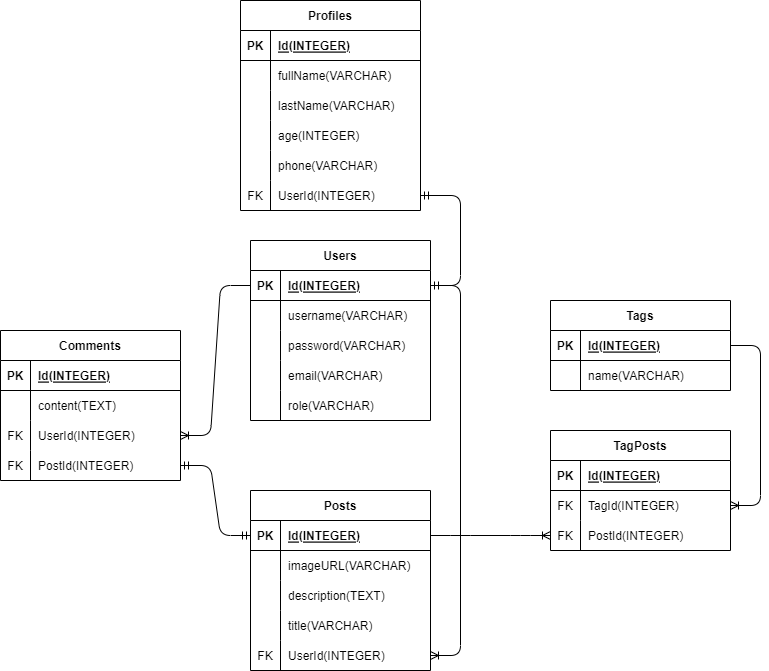
Above: ERD/schema.drawio.png in Sarido24/Pair_Project1 (draw.io), before the change. Source tidied: cells renumbered, new cells last; positions are measured from the earlier drawing's top-left corner, leaving out a move shared by most shapes. Its diagram source:
```xml
<mxGraphModel>
  <root>
    <mxCell id="0" />
    <mxCell id="1" parent="0" />
    <mxCell id="2" value="Users" style="shape=table;startSize=30;rowLines=0;fontStyle=1;align=center;" parent="1" vertex="1">
      <mxGeometry x="250" y="240" width="180" height="180" as="geometry" />
    </mxCell>
    <mxCell id="3" style="shape=tableRow;horizontal=0;startSize=0;swimlaneHead=0;swimlaneBody=0;fillColor=none;points=[[0,0.5],[1,0.5]];portConstraint=eastwest;top=0;left=0;right=0;bottom=1;" parent="2" vertex="1">
      <mxGeometry y="30" width="180" height="30" as="geometry" />
    </mxCell>
    <mxCell id="4" value="PK" style="shape=partialRectangle;fillColor=none;top=0;left=0;bottom=0;right=0;fontStyle=1;overflow=hidden;" parent="3" vertex="1">
      <mxGeometry width="30" height="30" as="geometry" />
    </mxCell>
    <mxCell id="5" value="Id(INTEGER)" style="shape=partialRectangle;fillColor=none;top=0;left=0;bottom=0;right=0;align=left;spacingLeft=6;fontStyle=5;overflow=hidden;" parent="3" vertex="1">
      <mxGeometry x="30" width="150" height="30" as="geometry" />
    </mxCell>
    <mxCell id="6" style="shape=tableRow;horizontal=0;startSize=0;swimlaneHead=0;swimlaneBody=0;fillColor=none;top=0;left=0;right=0;bottom=0;" parent="2" vertex="1">
      <mxGeometry y="60" width="180" height="30" as="geometry" />
    </mxCell>
    <mxCell id="7" style="shape=partialRectangle;fillColor=none;top=0;left=0;bottom=0;right=0;overflow=hidden;" parent="6" vertex="1">
      <mxGeometry width="30" height="30" as="geometry" />
    </mxCell>
    <mxCell id="8" value="username(VARCHAR)" style="shape=partialRectangle;fillColor=none;top=0;left=0;bottom=0;right=0;align=left;spacingLeft=6;overflow=hidden;" parent="6" vertex="1">
      <mxGeometry x="30" width="150" height="30" as="geometry" />
    </mxCell>
    <mxCell id="9" style="shape=tableRow;horizontal=0;startSize=0;swimlaneHead=0;swimlaneBody=0;fillColor=none;top=0;left=0;right=0;bottom=0;" parent="2" vertex="1">
      <mxGeometry y="90" width="180" height="30" as="geometry" />
    </mxCell>
    <mxCell id="10" style="shape=partialRectangle;fillColor=none;top=0;left=0;bottom=0;right=0;overflow=hidden;" parent="9" vertex="1">
      <mxGeometry width="30" height="30" as="geometry" />
    </mxCell>
    <mxCell id="11" value="password(VARCHAR)" style="shape=partialRectangle;fillColor=none;top=0;left=0;bottom=0;right=0;align=left;spacingLeft=6;overflow=hidden;" parent="9" vertex="1">
      <mxGeometry x="30" width="150" height="30" as="geometry" />
    </mxCell>
    <mxCell id="12" style="shape=tableRow;horizontal=0;startSize=0;swimlaneHead=0;swimlaneBody=0;fillColor=none;top=0;left=0;right=0;bottom=0;" parent="2" vertex="1">
      <mxGeometry y="120" width="180" height="30" as="geometry" />
    </mxCell>
    <mxCell id="13" style="shape=partialRectangle;fillColor=none;top=0;left=0;bottom=0;right=0;overflow=hidden;" parent="12" vertex="1">
      <mxGeometry width="30" height="30" as="geometry" />
    </mxCell>
    <mxCell id="14" value="email(VARCHAR)" style="shape=partialRectangle;fillColor=none;top=0;left=0;bottom=0;right=0;align=left;spacingLeft=6;overflow=hidden;" parent="12" vertex="1">
      <mxGeometry x="30" width="150" height="30" as="geometry" />
    </mxCell>
    <mxCell id="15" style="shape=tableRow;horizontal=0;startSize=0;swimlaneHead=0;swimlaneBody=0;fillColor=none;top=0;left=0;right=0;bottom=0;" parent="2" vertex="1">
      <mxGeometry y="150" width="180" height="30" as="geometry" />
    </mxCell>
    <mxCell id="16" style="shape=partialRectangle;fillColor=none;top=0;left=0;bottom=0;right=0;overflow=hidden;" parent="15" vertex="1">
      <mxGeometry width="30" height="30" as="geometry" />
    </mxCell>
    <mxCell id="17" value="role(VARCHAR)" style="shape=partialRectangle;fillColor=none;top=0;left=0;bottom=0;right=0;align=left;spacingLeft=6;overflow=hidden;" parent="15" vertex="1">
      <mxGeometry x="30" width="150" height="30" as="geometry" />
    </mxCell>
    <mxCell id="18" value="Profiles" style="shape=table;startSize=30;rowLines=0;fontStyle=1;align=center;" parent="1" vertex="1">
      <mxGeometry x="240" width="180" height="210" as="geometry" />
    </mxCell>
    <mxCell id="19" style="shape=tableRow;horizontal=0;startSize=0;swimlaneHead=0;swimlaneBody=0;fillColor=none;top=0;left=0;right=0;bottom=1;" parent="18" vertex="1">
      <mxGeometry y="30" width="180" height="30" as="geometry" />
    </mxCell>
    <mxCell id="20" value="PK" style="shape=partialRectangle;fillColor=none;top=0;left=0;bottom=0;right=0;fontStyle=1;overflow=hidden;" parent="19" vertex="1">
      <mxGeometry width="30" height="30" as="geometry" />
    </mxCell>
    <mxCell id="21" value="Id(INTEGER)" style="shape=partialRectangle;fillColor=none;top=0;left=0;bottom=0;right=0;align=left;spacingLeft=6;fontStyle=5;overflow=hidden;" parent="19" vertex="1">
      <mxGeometry x="30" width="150" height="30" as="geometry" />
    </mxCell>
    <mxCell id="22" style="shape=tableRow;horizontal=0;startSize=0;swimlaneHead=0;swimlaneBody=0;fillColor=none;top=0;left=0;right=0;bottom=0;" parent="18" vertex="1">
      <mxGeometry y="60" width="180" height="30" as="geometry" />
    </mxCell>
    <mxCell id="23" style="shape=partialRectangle;fillColor=none;top=0;left=0;bottom=0;right=0;overflow=hidden;" parent="22" vertex="1">
      <mxGeometry width="30" height="30" as="geometry" />
    </mxCell>
    <mxCell id="24" value="fullName(VARCHAR)" style="shape=partialRectangle;fillColor=none;top=0;left=0;bottom=0;right=0;align=left;spacingLeft=6;overflow=hidden;" parent="22" vertex="1">
      <mxGeometry x="30" width="150" height="30" as="geometry" />
    </mxCell>
    <mxCell id="25" style="shape=tableRow;horizontal=0;startSize=0;swimlaneHead=0;swimlaneBody=0;fillColor=none;top=0;left=0;right=0;bottom=0;" parent="18" vertex="1">
      <mxGeometry y="90" width="180" height="30" as="geometry" />
    </mxCell>
    <mxCell id="26" style="shape=partialRectangle;fillColor=none;top=0;left=0;bottom=0;right=0;overflow=hidden;" parent="25" vertex="1">
      <mxGeometry width="30" height="30" as="geometry" />
    </mxCell>
    <mxCell id="27" value="lastName(VARCHAR)" style="shape=partialRectangle;fillColor=none;top=0;left=0;bottom=0;right=0;align=left;spacingLeft=6;overflow=hidden;" parent="25" vertex="1">
      <mxGeometry x="30" width="150" height="30" as="geometry" />
    </mxCell>
    <mxCell id="28" style="shape=tableRow;horizontal=0;startSize=0;swimlaneHead=0;swimlaneBody=0;fillColor=none;top=0;left=0;right=0;bottom=0;" parent="18" vertex="1">
      <mxGeometry y="120" width="180" height="30" as="geometry" />
    </mxCell>
    <mxCell id="29" style="shape=partialRectangle;fillColor=none;top=0;left=0;bottom=0;right=0;overflow=hidden;" parent="28" vertex="1">
      <mxGeometry width="30" height="30" as="geometry" />
    </mxCell>
    <mxCell id="30" value="age(INTEGER)" style="shape=partialRectangle;fillColor=none;top=0;left=0;bottom=0;right=0;align=left;spacingLeft=6;overflow=hidden;" parent="28" vertex="1">
      <mxGeometry x="30" width="150" height="30" as="geometry" />
    </mxCell>
    <mxCell id="31" style="shape=tableRow;horizontal=0;startSize=0;swimlaneHead=0;swimlaneBody=0;fillColor=none;top=0;left=0;right=0;bottom=0;" parent="18" vertex="1">
      <mxGeometry y="150" width="180" height="30" as="geometry" />
    </mxCell>
    <mxCell id="32" style="shape=partialRectangle;fillColor=none;top=0;left=0;bottom=0;right=0;overflow=hidden;" parent="31" vertex="1">
      <mxGeometry width="30" height="30" as="geometry" />
    </mxCell>
    <mxCell id="33" value="phone(VARCHAR)" style="shape=partialRectangle;fillColor=none;top=0;left=0;bottom=0;right=0;align=left;spacingLeft=6;overflow=hidden;" parent="31" vertex="1">
      <mxGeometry x="30" width="150" height="30" as="geometry" />
    </mxCell>
    <mxCell id="34" style="shape=tableRow;horizontal=0;startSize=0;swimlaneHead=0;swimlaneBody=0;fillColor=none;points=[[0,0.5],[1,0.5]];portConstraint=eastwest;top=0;left=0;right=0;bottom=0;" parent="18" vertex="1">
      <mxGeometry y="180" width="180" height="30" as="geometry" />
    </mxCell>
    <mxCell id="35" value="FK" style="shape=partialRectangle;fillColor=none;top=0;left=0;bottom=0;right=0;overflow=hidden;" parent="34" vertex="1">
      <mxGeometry width="30" height="30" as="geometry" />
    </mxCell>
    <mxCell id="36" value="UserId(INTEGER)" style="shape=partialRectangle;fillColor=none;top=0;left=0;bottom=0;right=0;align=left;spacingLeft=6;overflow=hidden;" parent="34" vertex="1">
      <mxGeometry x="30" width="150" height="30" as="geometry" />
    </mxCell>
    <mxCell id="37" value="Posts" style="shape=table;startSize=30;rowLines=0;fontStyle=1;align=center;" parent="1" vertex="1">
      <mxGeometry x="250" y="490" width="180" height="180" as="geometry" />
    </mxCell>
    <mxCell id="38" style="shape=tableRow;horizontal=0;startSize=0;swimlaneHead=0;swimlaneBody=0;fillColor=none;points=[[0,0.5],[1,0.5]];portConstraint=eastwest;top=0;left=0;right=0;bottom=1;" parent="37" vertex="1">
      <mxGeometry y="30" width="180" height="30" as="geometry" />
    </mxCell>
    <mxCell id="39" value="PK" style="shape=partialRectangle;fillColor=none;top=0;left=0;bottom=0;right=0;fontStyle=1;overflow=hidden;" parent="38" vertex="1">
      <mxGeometry width="30" height="30" as="geometry" />
    </mxCell>
    <mxCell id="40" value="Id(INTEGER)" style="shape=partialRectangle;fillColor=none;top=0;left=0;bottom=0;right=0;align=left;spacingLeft=6;fontStyle=5;overflow=hidden;" parent="38" vertex="1">
      <mxGeometry x="30" width="150" height="30" as="geometry" />
    </mxCell>
    <mxCell id="41" style="shape=tableRow;horizontal=0;startSize=0;swimlaneHead=0;swimlaneBody=0;fillColor=none;top=0;left=0;right=0;bottom=0;" parent="37" vertex="1">
      <mxGeometry y="60" width="180" height="30" as="geometry" />
    </mxCell>
    <mxCell id="42" style="shape=partialRectangle;fillColor=none;top=0;left=0;bottom=0;right=0;overflow=hidden;" parent="41" vertex="1">
      <mxGeometry width="30" height="30" as="geometry" />
    </mxCell>
    <mxCell id="43" value="imageURL(VARCHAR)" style="shape=partialRectangle;fillColor=none;top=0;left=0;bottom=0;right=0;align=left;spacingLeft=6;overflow=hidden;" parent="41" vertex="1">
      <mxGeometry x="30" width="150" height="30" as="geometry" />
    </mxCell>
    <mxCell id="44" style="shape=tableRow;horizontal=0;startSize=0;swimlaneHead=0;swimlaneBody=0;fillColor=none;top=0;left=0;right=0;bottom=0;" parent="37" vertex="1">
      <mxGeometry y="90" width="180" height="30" as="geometry" />
    </mxCell>
    <mxCell id="45" style="shape=partialRectangle;fillColor=none;top=0;left=0;bottom=0;right=0;overflow=hidden;" parent="44" vertex="1">
      <mxGeometry width="30" height="30" as="geometry" />
    </mxCell>
    <mxCell id="46" value="description(TEXT)" style="shape=partialRectangle;fillColor=none;top=0;left=0;bottom=0;right=0;align=left;spacingLeft=6;overflow=hidden;" parent="44" vertex="1">
      <mxGeometry x="30" width="150" height="30" as="geometry" />
    </mxCell>
    <mxCell id="47" style="shape=tableRow;horizontal=0;startSize=0;swimlaneHead=0;swimlaneBody=0;fillColor=none;top=0;left=0;right=0;bottom=0;" parent="37" vertex="1">
      <mxGeometry y="120" width="180" height="30" as="geometry" />
    </mxCell>
    <mxCell id="48" style="shape=partialRectangle;fillColor=none;top=0;left=0;bottom=0;right=0;overflow=hidden;" parent="47" vertex="1">
      <mxGeometry width="30" height="30" as="geometry" />
    </mxCell>
    <mxCell id="49" value="title(VARCHAR)" style="shape=partialRectangle;fillColor=none;top=0;left=0;bottom=0;right=0;align=left;spacingLeft=6;overflow=hidden;" parent="47" vertex="1">
      <mxGeometry x="30" width="150" height="30" as="geometry" />
    </mxCell>
    <mxCell id="50" style="shape=tableRow;horizontal=0;startSize=0;swimlaneHead=0;swimlaneBody=0;fillColor=none;points=[[0,0.5],[1,0.5]];portConstraint=eastwest;top=0;left=0;right=0;bottom=0;" parent="37" vertex="1">
      <mxGeometry y="150" width="180" height="30" as="geometry" />
    </mxCell>
    <mxCell id="51" value="FK" style="shape=partialRectangle;fillColor=none;top=0;left=0;bottom=0;right=0;overflow=hidden;" parent="50" vertex="1">
      <mxGeometry width="30" height="30" as="geometry" />
    </mxCell>
    <mxCell id="52" value="UserId(INTEGER)" style="shape=partialRectangle;fillColor=none;top=0;left=0;bottom=0;right=0;align=left;spacingLeft=6;overflow=hidden;" parent="50" vertex="1">
      <mxGeometry x="30" width="150" height="30" as="geometry" />
    </mxCell>
    <mxCell id="53" style="edgeStyle=entityRelationEdgeStyle;fontSize=12;html=1;endArrow=ERmandOne;startArrow=ERmandOne;" parent="1" edge="1" source="3" target="34">
      <mxGeometry relative="1" as="geometry" />
    </mxCell>
    <mxCell id="54" value="Tags" style="shape=table;startSize=30;rowLines=0;fontStyle=1;align=center;" parent="1" vertex="1">
      <mxGeometry x="550" y="300" width="180" height="90" as="geometry" />
    </mxCell>
    <mxCell id="55" style="shape=tableRow;horizontal=0;startSize=0;swimlaneHead=0;swimlaneBody=0;fillColor=none;points=[[0,0.5],[1,0.5]];portConstraint=eastwest;top=0;left=0;right=0;bottom=1;" parent="54" vertex="1">
      <mxGeometry y="30" width="180" height="30" as="geometry" />
    </mxCell>
    <mxCell id="56" value="PK" style="shape=partialRectangle;fillColor=none;top=0;left=0;bottom=0;right=0;fontStyle=1;overflow=hidden;" parent="55" vertex="1">
      <mxGeometry width="30" height="30" as="geometry" />
    </mxCell>
    <mxCell id="57" value="Id(INTEGER)" style="shape=partialRectangle;fillColor=none;top=0;left=0;bottom=0;right=0;align=left;spacingLeft=6;fontStyle=5;overflow=hidden;" parent="55" vertex="1">
      <mxGeometry x="30" width="150" height="30" as="geometry" />
    </mxCell>
    <mxCell id="58" style="shape=tableRow;horizontal=0;startSize=0;swimlaneHead=0;swimlaneBody=0;fillColor=none;top=0;left=0;right=0;bottom=0;" parent="54" vertex="1">
      <mxGeometry y="60" width="180" height="30" as="geometry" />
    </mxCell>
    <mxCell id="59" style="shape=partialRectangle;fillColor=none;top=0;left=0;bottom=0;right=0;overflow=hidden;" parent="58" vertex="1">
      <mxGeometry width="30" height="30" as="geometry" />
    </mxCell>
    <mxCell id="60" value="name(VARCHAR)" style="shape=partialRectangle;fillColor=none;top=0;left=0;bottom=0;right=0;align=left;spacingLeft=6;overflow=hidden;" parent="58" vertex="1">
      <mxGeometry x="30" width="150" height="30" as="geometry" />
    </mxCell>
    <mxCell id="61" value="TagPosts" style="shape=table;startSize=30;rowLines=0;fontStyle=1;align=center;" parent="1" vertex="1">
      <mxGeometry x="550" y="430" width="180" height="120" as="geometry" />
    </mxCell>
    <mxCell id="62" style="shape=tableRow;horizontal=0;startSize=0;swimlaneHead=0;swimlaneBody=0;fillColor=none;top=0;left=0;right=0;bottom=1;" parent="61" vertex="1">
      <mxGeometry y="30" width="180" height="30" as="geometry" />
    </mxCell>
    <mxCell id="63" value="PK" style="shape=partialRectangle;fillColor=none;top=0;left=0;bottom=0;right=0;fontStyle=1;overflow=hidden;" parent="62" vertex="1">
      <mxGeometry width="30" height="30" as="geometry" />
    </mxCell>
    <mxCell id="64" value="Id(INTEGER)" style="shape=partialRectangle;fillColor=none;top=0;left=0;bottom=0;right=0;align=left;spacingLeft=6;fontStyle=5;overflow=hidden;" parent="62" vertex="1">
      <mxGeometry x="30" width="150" height="30" as="geometry" />
    </mxCell>
    <mxCell id="65" style="shape=tableRow;horizontal=0;startSize=0;swimlaneHead=0;swimlaneBody=0;fillColor=none;points=[[0,0.5],[1,0.5]];portConstraint=eastwest;top=0;left=0;right=0;bottom=0;" parent="61" vertex="1">
      <mxGeometry y="60" width="180" height="30" as="geometry" />
    </mxCell>
    <mxCell id="66" value="FK" style="shape=partialRectangle;fillColor=none;top=0;left=0;bottom=0;right=0;overflow=hidden;" parent="65" vertex="1">
      <mxGeometry width="30" height="30" as="geometry" />
    </mxCell>
    <mxCell id="67" value="TagId(INTEGER)" style="shape=partialRectangle;fillColor=none;top=0;left=0;bottom=0;right=0;align=left;spacingLeft=6;overflow=hidden;" parent="65" vertex="1">
      <mxGeometry x="30" width="150" height="30" as="geometry" />
    </mxCell>
    <mxCell id="68" style="shape=tableRow;horizontal=0;startSize=0;swimlaneHead=0;swimlaneBody=0;fillColor=none;points=[[0,0.5],[1,0.5]];portConstraint=eastwest;top=0;left=0;right=0;bottom=0;" parent="61" vertex="1">
      <mxGeometry y="90" width="180" height="30" as="geometry" />
    </mxCell>
    <mxCell id="69" value="FK" style="shape=partialRectangle;fillColor=none;top=0;left=0;bottom=0;right=0;overflow=hidden;" parent="68" vertex="1">
      <mxGeometry width="30" height="30" as="geometry" />
    </mxCell>
    <mxCell id="70" value="PostId(INTEGER)" style="shape=partialRectangle;fillColor=none;top=0;left=0;bottom=0;right=0;align=left;spacingLeft=6;overflow=hidden;" parent="68" vertex="1">
      <mxGeometry x="30" width="150" height="30" as="geometry" />
    </mxCell>
    <mxCell id="71" style="edgeStyle=entityRelationEdgeStyle;fontSize=12;html=1;endArrow=ERoneToMany;" parent="1" edge="1" source="55" target="65">
      <mxGeometry relative="1" as="geometry" />
    </mxCell>
    <mxCell id="72" style="edgeStyle=entityRelationEdgeStyle;fontSize=12;html=1;endArrow=ERoneToMany;exitX=1;exitY=0.5;exitDx=0;exitDy=0;" parent="1" edge="1" source="38" target="68">
      <mxGeometry relative="1" as="geometry" />
    </mxCell>
    <mxCell id="73" value="Comments" style="shape=table;startSize=30;rowLines=0;fontStyle=1;align=center;" parent="1" vertex="1">
      <mxGeometry y="330" width="180" height="150" as="geometry" />
    </mxCell>
    <mxCell id="74" style="shape=tableRow;horizontal=0;startSize=0;swimlaneHead=0;swimlaneBody=0;fillColor=none;top=0;left=0;right=0;bottom=1;" parent="73" vertex="1">
      <mxGeometry y="30" width="180" height="30" as="geometry" />
    </mxCell>
    <mxCell id="75" value="PK" style="shape=partialRectangle;fillColor=none;top=0;left=0;bottom=0;right=0;fontStyle=1;overflow=hidden;" parent="74" vertex="1">
      <mxGeometry width="30" height="30" as="geometry" />
    </mxCell>
    <mxCell id="76" value="Id(INTEGER)" style="shape=partialRectangle;fillColor=none;top=0;left=0;bottom=0;right=0;align=left;spacingLeft=6;fontStyle=5;overflow=hidden;" parent="74" vertex="1">
      <mxGeometry x="30" width="150" height="30" as="geometry" />
    </mxCell>
    <mxCell id="77" style="shape=tableRow;horizontal=0;startSize=0;swimlaneHead=0;swimlaneBody=0;fillColor=none;top=0;left=0;right=0;bottom=0;" parent="73" vertex="1">
      <mxGeometry y="60" width="180" height="30" as="geometry" />
    </mxCell>
    <mxCell id="78" style="shape=partialRectangle;fillColor=none;top=0;left=0;bottom=0;right=0;overflow=hidden;" parent="77" vertex="1">
      <mxGeometry width="30" height="30" as="geometry" />
    </mxCell>
    <mxCell id="79" value="content(TEXT)" style="shape=partialRectangle;fillColor=none;top=0;left=0;bottom=0;right=0;align=left;spacingLeft=6;overflow=hidden;" parent="77" vertex="1">
      <mxGeometry x="30" width="150" height="30" as="geometry" />
    </mxCell>
    <mxCell id="80" style="shape=tableRow;horizontal=0;startSize=0;swimlaneHead=0;swimlaneBody=0;fillColor=none;points=[[0,0.5],[1,0.5]];portConstraint=eastwest;top=0;left=0;right=0;bottom=0;" parent="73" vertex="1">
      <mxGeometry y="90" width="180" height="30" as="geometry" />
    </mxCell>
    <mxCell id="81" value="FK" style="shape=partialRectangle;fillColor=none;top=0;left=0;bottom=0;right=0;overflow=hidden;" parent="80" vertex="1">
      <mxGeometry width="30" height="30" as="geometry" />
    </mxCell>
    <mxCell id="82" value="UserId(INTEGER)" style="shape=partialRectangle;fillColor=none;top=0;left=0;bottom=0;right=0;align=left;spacingLeft=6;overflow=hidden;" parent="80" vertex="1">
      <mxGeometry x="30" width="150" height="30" as="geometry" />
    </mxCell>
    <mxCell id="83" style="shape=tableRow;horizontal=0;startSize=0;swimlaneHead=0;swimlaneBody=0;fillColor=none;points=[[0,0.5],[1,0.5]];portConstraint=eastwest;top=0;left=0;right=0;bottom=0;" parent="73" vertex="1">
      <mxGeometry y="120" width="180" height="30" as="geometry" />
    </mxCell>
    <mxCell id="84" value="FK" style="shape=partialRectangle;fillColor=none;top=0;left=0;bottom=0;right=0;overflow=hidden;" parent="83" vertex="1">
      <mxGeometry width="30" height="30" as="geometry" />
    </mxCell>
    <mxCell id="85" value="PostId(INTEGER)" style="shape=partialRectangle;fillColor=none;top=0;left=0;bottom=0;right=0;align=left;spacingLeft=6;overflow=hidden;" parent="83" vertex="1">
      <mxGeometry x="30" width="150" height="30" as="geometry" />
    </mxCell>
    <mxCell id="86" style="edgeStyle=entityRelationEdgeStyle;fontSize=12;html=1;endArrow=ERoneToMany;" parent="1" edge="1" source="3" target="80">
      <mxGeometry relative="1" as="geometry" />
    </mxCell>
    <mxCell id="87" style="edgeStyle=entityRelationEdgeStyle;fontSize=12;html=1;endArrow=ERmandOne;startArrow=ERmandOne;" parent="1" edge="1" source="83" target="38">
      <mxGeometry relative="1" as="geometry" />
    </mxCell>
    <mxCell id="88" style="edgeStyle=entityRelationEdgeStyle;fontSize=12;html=1;endArrow=ERoneToMany;" parent="1" edge="1" source="3" target="50">
      <mxGeometry relative="1" as="geometry" />
    </mxCell>
  </root>
</mxGraphModel>
```
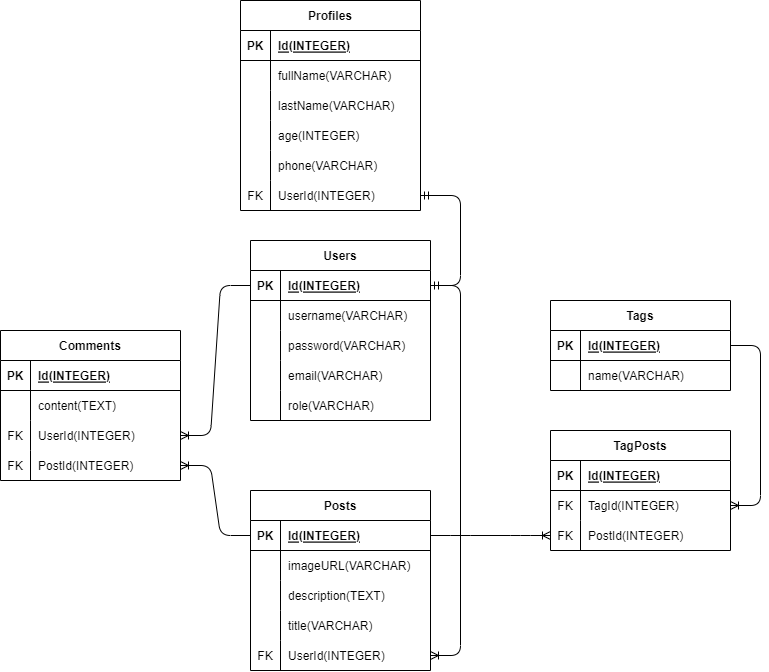
The same file after the commit.

Commit message:
migration User, Profile, Post, dan ERD beserta Associate nya yaitu 1-1 dan 1-Many

The edit, as a diff of the source:
```diff
@@ -257,11 +257,11 @@
     <mxCell id="86" style="edgeStyle=entityRelationEdgeStyle;fontSize=12;html=1;endArrow=ERoneToMany;" parent="1" edge="1" source="3" target="80">
       <mxGeometry relative="1" as="geometry" />
     </mxCell>
-    <mxCell id="87" style="edgeStyle=entityRelationEdgeStyle;fontSize=12;html=1;endArrow=ERmandOne;startArrow=ERmandOne;" parent="1" edge="1" source="83" target="38">
-      <mxGeometry relative="1" as="geometry" />
-    </mxCell>
     <mxCell id="88" style="edgeStyle=entityRelationEdgeStyle;fontSize=12;html=1;endArrow=ERoneToMany;" parent="1" edge="1" source="3" target="50">
       <mxGeometry relative="1" as="geometry" />
     </mxCell>
+    <mxCell id="89" style="edgeStyle=entityRelationEdgeStyle;fontSize=12;html=1;endArrow=ERoneToMany;" parent="1" edge="1" source="38" target="83">
+      <mxGeometry relative="1" as="geometry" />
+    </mxCell>
   </root>
 </mxGraphModel>
```
